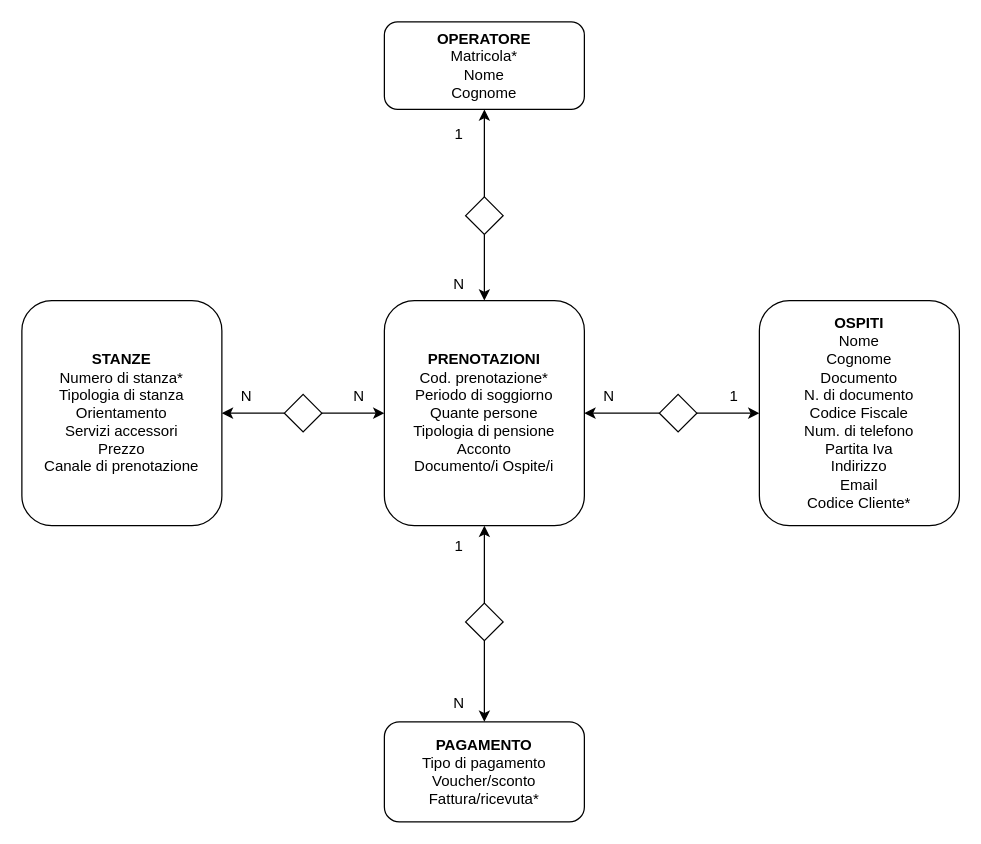
Earlier version of the draw.io diagram Untitled Diagram (1).drawio (marziafata/db-hotel). Source tidied: cells renumbered, new cells numbered last; positions are measured from the earlier drawing's top-left corner, leaving out a move shared by most shapes. Both pictures are drawn from the tidied source at 125%, with x=0, y=0 at pixel (21, 21).
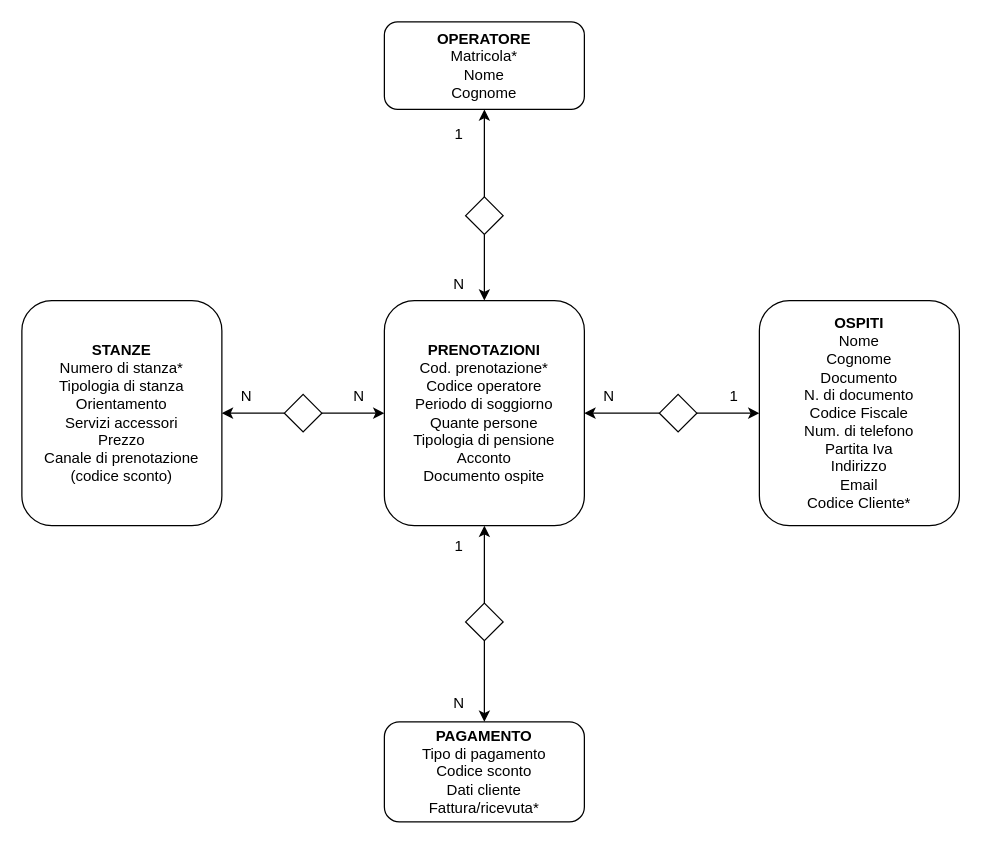
After the change.

What changed in the source:
```diff
@@
-    <mxCell id="2" value="&lt;b&gt;PRENOTAZIONI&lt;br&gt;&lt;/b&gt;Cod. prenotazione*&lt;br&gt;Periodo di soggiorno&lt;br&gt;Quante persone&lt;br&gt;Tipologia di pensione&lt;br&gt;Acconto&lt;br&gt;Documento/i Ospite/i" style="rounded=1;whiteSpace=wrap;html=1;" parent="1" vertex="1">
+    <mxCell id="2" value="&lt;b&gt;PRENOTAZIONI&lt;br&gt;&lt;/b&gt;Cod. prenotazione*&lt;br&gt;Codice operatore&lt;br&gt;Periodo di soggiorno&lt;br&gt;Quante persone&lt;br&gt;Tipologia di pensione&lt;br&gt;Acconto&lt;br&gt;Documento ospite&lt;br&gt;" style="rounded=1;whiteSpace=wrap;html=1;" parent="1" vertex="1">
       <mxGeometry x="290" y="223" width="160" height="180" as="geometry" />
     </mxCell>
@@
-    <mxCell id="4" value="&lt;b&gt;STANZE&lt;br&gt;&lt;/b&gt;Numero di stanza*&lt;br&gt;Tipologia di stanza&lt;br&gt;Orientamento&lt;br&gt;Servizi accessori&lt;br&gt;Prezzo&lt;br&gt;Canale di prenotazione" style="rounded=1;whiteSpace=wrap;html=1;" parent="1" vertex="1">
+    <mxCell id="4" value="&lt;b&gt;STANZE&lt;br&gt;&lt;/b&gt;Numero di stanza*&lt;br&gt;Tipologia di stanza&lt;br&gt;Orientamento&lt;br&gt;Servizi accessori&lt;br&gt;Prezzo&lt;br&gt;Canale di prenotazione (codice sconto)" style="rounded=1;whiteSpace=wrap;html=1;" parent="1" vertex="1">
       <mxGeometry y="223" width="160" height="180" as="geometry" />
     </mxCell>
@@
-    <mxCell id="6" value="&lt;b&gt;PAGAMENTO&lt;/b&gt;&lt;br&gt;Tipo di pagamento&lt;br&gt;Voucher/sconto&lt;br&gt;Fattura/ricevuta*" style="rounded=1;whiteSpace=wrap;html=1;" parent="1" vertex="1">
+    <mxCell id="6" value="&lt;b&gt;PAGAMENTO&lt;/b&gt;&lt;br&gt;Tipo di pagamento&lt;br&gt;Codice sconto&lt;br&gt;Dati cliente&lt;br&gt;Fattura/ricevuta*" style="rounded=1;whiteSpace=wrap;html=1;" parent="1" vertex="1">
       <mxGeometry x="290" y="560" width="160" height="80" as="geometry" />
     </mxCell>
```
